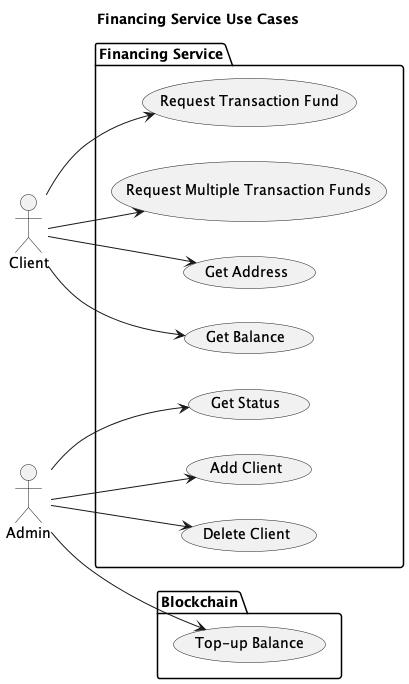
The PlantUML diagram docs/diagrams/use-case.png in nchain-innovation/financing-service, before a commit.
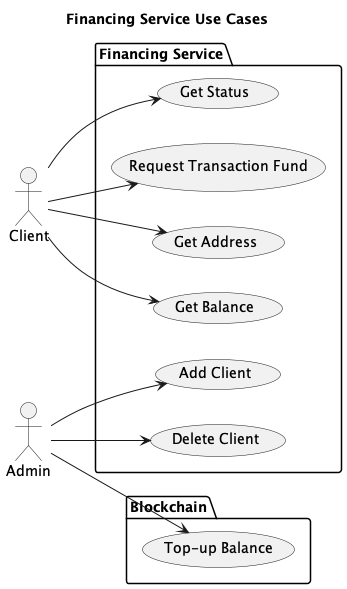
Above is the later version.

Change to the diagram source:
```diff
@@ -6,12 +6,11 @@
 actor Admin as A
 
 package "Financing Service" {
+    C --> (Get Status)
     C --> (Request Transaction Fund)
-    C --> (Request Multiple Transaction Funds)
     C --> (Get Address)
     C --> (Get Balance)
 
-    A --> (Get Status)
     A --> (Add Client)
     A --> (Delete Client)
 }
```
